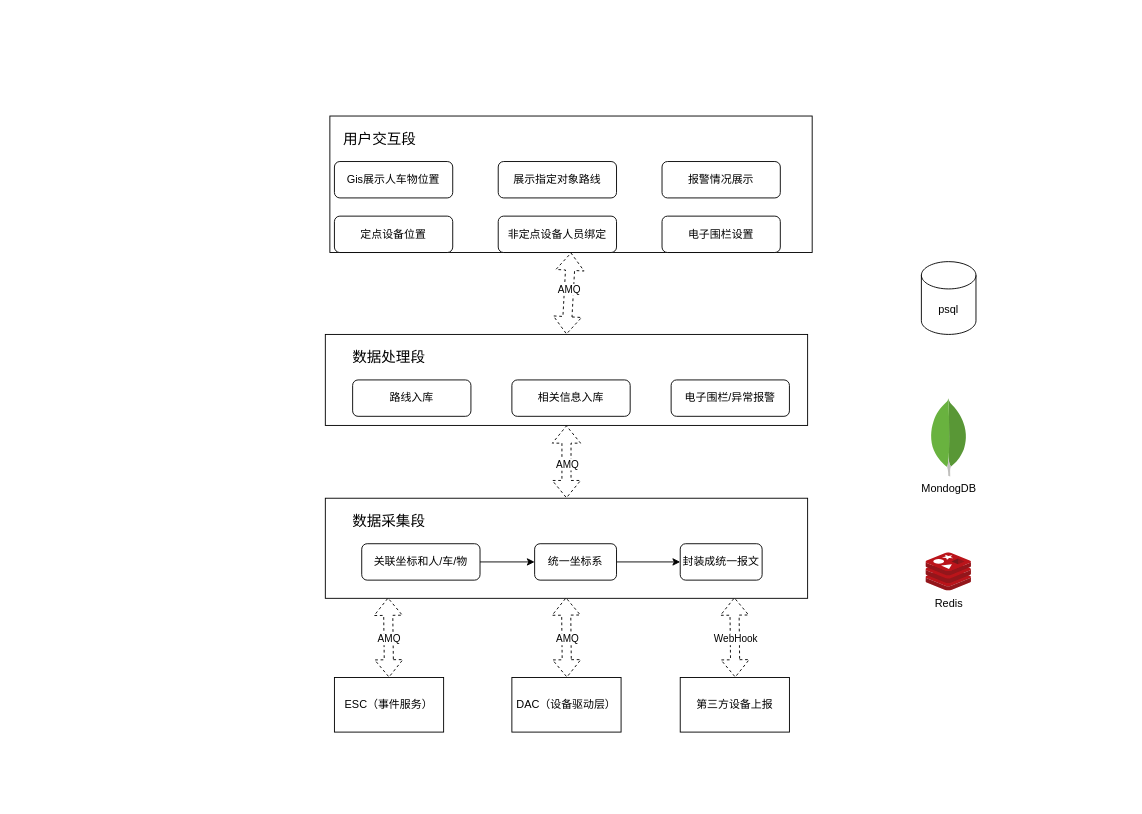
Above: 2023-11-21.drawio in LittleY98/Draw_Repository (draw.io), before the change. Source tidied: cells renumbered, new cells numbered last; positions are measured from the earlier drawing's top-left corner, leaving out a move shared by most shapes. Both pictures are drawn from the tidied source at 91%, with x=0, y=0 at pixel (325, 116).
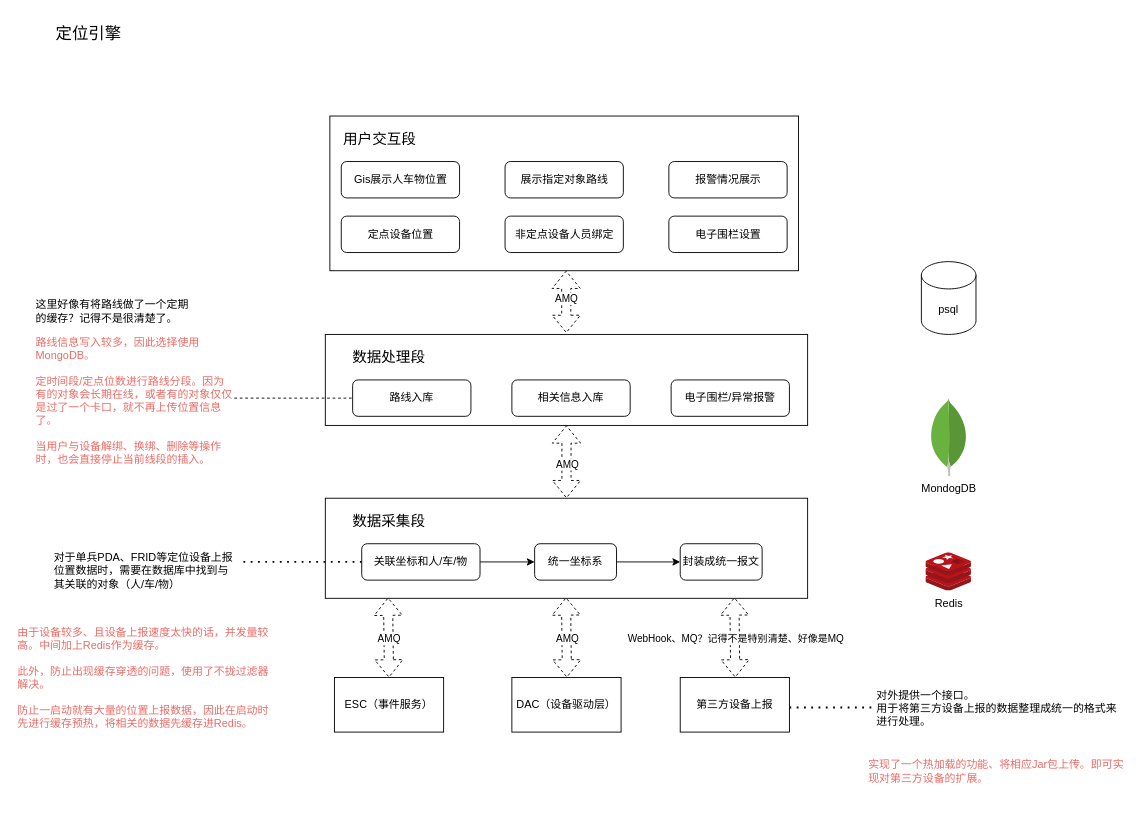
Above is the later version.

The change refers to these unchanged cells:
```xml
<mxCell id="3" style="rounded=0;whiteSpace=wrap;html=1;" parent="1" vertex="1">
  <mxGeometry y="240" width="530" height="100" as="geometry" />
</mxCell>
<mxCell id="17" style="shape=flexArrow;endArrow=classic;startArrow=classic;html=1;rounded=0;exitX=0.5;exitY=0;exitDx=0;exitDy=0;entryX=0.13;entryY=0.993;entryDx=0;entryDy=0;dashed=1;entryPerimeter=0;" parent="1" edge="1">
  <mxGeometry relative="1" as="geometry">
    <mxPoint x="450.5" y="617" as="sourcePoint" />
    <mxPoint x="449.5" y="529" as="targetPoint" />
  </mxGeometry>
</mxCell>
```

What changed in the source:
```diff
@@
     <mxCell id="4" style="rounded=0;whiteSpace=wrap;html=1;" parent="1" vertex="1">
-      <mxGeometry x="5" width="530" height="150" as="geometry" />
+      <mxGeometry x="5" width="515" height="170" as="geometry" />
     </mxCell>
-    <mxCell id="5" style="shape=flexArrow;endArrow=classic;startArrow=classic;html=1;rounded=0;exitX=0.5;exitY=0;exitDx=0;exitDy=0;entryX=0.5;entryY=1;entryDx=0;entryDy=0;dashed=1;" parent="1" edge="1" source="3" target="4">
-      <mxGeometry relative="1" as="geometry" />
+    <mxCell id="5" style="shape=flexArrow;endArrow=classic;startArrow=classic;html=1;rounded=0;exitX=0.515;exitY=-0.013;exitDx=0;exitDy=0;entryX=0.52;entryY=1.002;entryDx=0;entryDy=0;dashed=1;exitPerimeter=0;entryPerimeter=0;" parent="1" edge="1">
+      <mxGeometry relative="1" as="geometry">
+        <mxPoint x="264.8" y="238.4" as="sourcePoint" />
+        <mxPoint x="264.7" y="170" as="targetPoint" />
+      </mxGeometry>
     </mxCell>
@@
-    <mxCell id="18" value="WebHook" style="edgeLabel;html=1;align=center;verticalAlign=middle;" parent="17" vertex="1">
+    <mxCell id="18" value="WebHook、MQ？记得不是特别清楚、好像是MQ" style="edgeLabel;html=1;align=center;verticalAlign=middle;" parent="17" vertex="1">
       <mxGeometry x="-0.05" y="-3" relative="1" as="geometry">
         <mxPoint x="-3" as="offset" />
       </mxGeometry>
     </mxCell>
@@
     <mxCell id="29" value="定点设备位置" style="rounded=1;whiteSpace=wrap;html=1;" parent="1" vertex="1">
-      <mxGeometry x="10" y="110" width="130" height="40" as="geometry" />
+      <mxGeometry x="17.5" y="110" width="130" height="40" as="geometry" />
     </mxCell>
     <mxCell id="30" value="非定点设备人员绑定" style="rounded=1;whiteSpace=wrap;html=1;" parent="1" vertex="1">
-      <mxGeometry x="190" y="110" width="130" height="40" as="geometry" />
+      <mxGeometry x="197.5" y="110" width="130" height="40" as="geometry" />
     </mxCell>
     <mxCell id="31" value="电子围栏设置" style="rounded=1;whiteSpace=wrap;html=1;" parent="1" vertex="1">
-      <mxGeometry x="370" y="110" width="130" height="40" as="geometry" />
+      <mxGeometry x="377.5" y="110" width="130" height="40" as="geometry" />
     </mxCell>
@@
     <mxCell id="35" value="Gis展示人车物位置" style="rounded=1;whiteSpace=wrap;html=1;" parent="1" vertex="1">
-      <mxGeometry x="10" y="50" width="130" height="40" as="geometry" />
+      <mxGeometry x="17.5" y="50" width="130" height="40" as="geometry" />
     </mxCell>
     <mxCell id="36" value="展示指定对象路线" style="rounded=1;whiteSpace=wrap;html=1;" parent="1" vertex="1">
-      <mxGeometry x="190" y="50" width="130" height="40" as="geometry" />
+      <mxGeometry x="197.5" y="50" width="130" height="40" as="geometry" />
     </mxCell>
     <mxCell id="37" value="报警情况展示" style="rounded=1;whiteSpace=wrap;html=1;" parent="1" vertex="1">
-      <mxGeometry x="370" y="50" width="130" height="40" as="geometry" />
+      <mxGeometry x="377.5" y="50" width="130" height="40" as="geometry" />
     </mxCell>
+    <mxCell id="38" style="endArrow=none;dashed=1;html=1;dashPattern=1 3;strokeWidth=2;rounded=0;" parent="1" edge="1">
+      <mxGeometry relative="1" as="geometry">
+        <mxPoint x="-90" y="490" as="sourcePoint" />
+        <mxPoint x="40" y="490" as="targetPoint" />
+      </mxGeometry>
+    </mxCell>
+    <mxCell id="39" value="对于单兵PDA、FRID等定位设备上报位置数据时，需要在数据库中找到与其关联的对象（人/车/物）" style="text;html=1;align=left;verticalAlign=middle;whiteSpace=wrap;rounded=0;" parent="1" vertex="1">
+      <mxGeometry x="-300" y="470" width="200" height="60" as="geometry" />
+    </mxCell>
+    <mxCell id="40" value="&lt;font color=&quot;#ea6b66&quot;&gt;由于设备较多、且设备上报速度太快的话，并发量较高。中间加上Redis作为缓存。&lt;/font&gt;&lt;div&gt;&lt;font color=&quot;#ea6b66&quot;&gt;&lt;br&gt;&lt;/font&gt;&lt;/div&gt;&lt;div&gt;&lt;font color=&quot;#ea6b66&quot;&gt;此外，防止出现缓存穿透的问题，使用了不拢过滤器解决。&lt;/font&gt;&lt;/div&gt;&lt;div&gt;&lt;font color=&quot;#ea6b66&quot;&gt;&lt;br&gt;&lt;/font&gt;&lt;/div&gt;&lt;div&gt;&lt;font color=&quot;#ea6b66&quot;&gt;防止一启动就有大量的位置上报数据，因此在启动时先进行缓存预热，将相关的数据先缓存进Redis。&lt;/font&gt;&lt;/div&gt;&lt;div&gt;&lt;br&gt;&lt;/div&gt;" style="text;html=1;align=left;verticalAlign=middle;whiteSpace=wrap;rounded=0;" parent="1" vertex="1">
+      <mxGeometry x="-340" y="560" width="280" height="130" as="geometry" />
+    </mxCell>
+    <mxCell id="41" style="endArrow=none;dashed=1;html=1;dashPattern=1 3;strokeWidth=2;rounded=0;" parent="1" edge="1">
+      <mxGeometry relative="1" as="geometry">
+        <mxPoint x="510" y="650" as="sourcePoint" />
+        <mxPoint x="600" y="650" as="targetPoint" />
+      </mxGeometry>
+    </mxCell>
+    <mxCell id="42" value="对外提供一个接口。&lt;div&gt;用于将第三方设备上报的数据整理成统一的格式来进行处理。&lt;/div&gt;" style="text;html=1;align=left;verticalAlign=middle;whiteSpace=wrap;rounded=0;" parent="1" vertex="1">
+      <mxGeometry x="604.4" y="632" width="275.6" height="38" as="geometry" />
+    </mxCell>
+    <mxCell id="43" value="&lt;font color=&quot;#ea6b66&quot;&gt;实现了一个热加载的功能、将相应Jar包上传。即可实现对第三方设备的扩展。&lt;/font&gt;" style="text;html=1;align=left;verticalAlign=middle;whiteSpace=wrap;rounded=0;" parent="1" vertex="1">
+      <mxGeometry x="595" y="690" width="285" height="60" as="geometry" />
+    </mxCell>
+    <mxCell id="44" style="endArrow=none;dashed=1;html=1;rounded=0;" parent="1" edge="1">
+      <mxGeometry relative="1" as="geometry">
+        <mxPoint x="-100" y="310" as="sourcePoint" />
+        <mxPoint x="30" y="310" as="targetPoint" />
+      </mxGeometry>
+    </mxCell>
+    <mxCell id="45" value="&lt;font&gt;路线信息写入较多，因此选择使用MongoDB。&lt;/font&gt;&lt;div&gt;&lt;font&gt;&lt;br&gt;&lt;/font&gt;&lt;/div&gt;&lt;div&gt;&lt;font&gt;定时间段/定点位数进行路线分段。因为有的对象会长期在线，或者有的对象仅仅是过了一个卡口，就不再上传位置信息了。&lt;/font&gt;&lt;/div&gt;&lt;div&gt;&lt;font&gt;&lt;br&gt;&lt;/font&gt;&lt;/div&gt;&lt;div&gt;&lt;font&gt;当用户与设备解绑、换绑、删除等操作时，也会直接停止当前线段的插入。&lt;/font&gt;&lt;/div&gt;" style="text;html=1;align=left;verticalAlign=middle;whiteSpace=wrap;rounded=0;fontColor=#EA6B66;" parent="1" vertex="1">
+      <mxGeometry x="-320" y="240" width="220" height="145" as="geometry" />
+    </mxCell>
+    <mxCell id="46" value="这里好像有将路线做了一个定期的缓存？记得不是很清楚了。" style="text;html=1;align=left;verticalAlign=middle;whiteSpace=wrap;rounded=0;" parent="1" vertex="1">
+      <mxGeometry x="-320" y="200" width="170" height="30" as="geometry" />
+    </mxCell>
+    <mxCell id="47" value="&lt;font style=&quot;font-size: 18px;&quot;&gt;定位引擎&lt;/font&gt;" style="text;html=1;align=center;verticalAlign=middle;whiteSpace=wrap;rounded=0;" parent="1" vertex="1">
+      <mxGeometry x="-320" y="-110" width="120" height="40" as="geometry" />
+    </mxCell>
```
